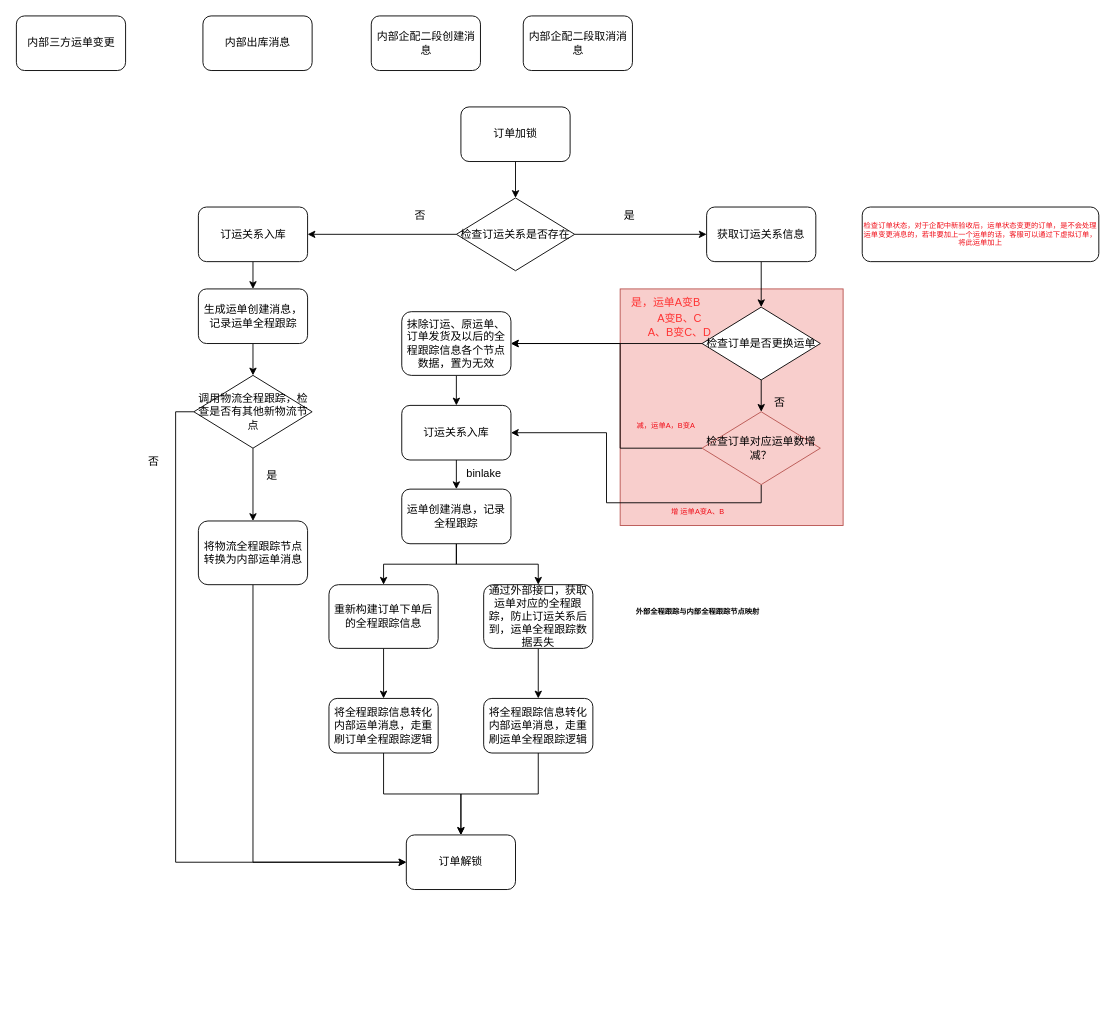
lixintao03/lixintao.github.io keeps this draw.io diagram as page "订运关系落库" (34 of 36) of Untitled Diagram.drawio. Above is the earlier version. Source tidied: cells renumbered, new cells numbered last; positions are measured from the earlier drawing's top-left corner, leaving out a move shared by most shapes. Both pictures are drawn from the tidied source at 91%, with x=0, y=0 at pixel (15, 15).
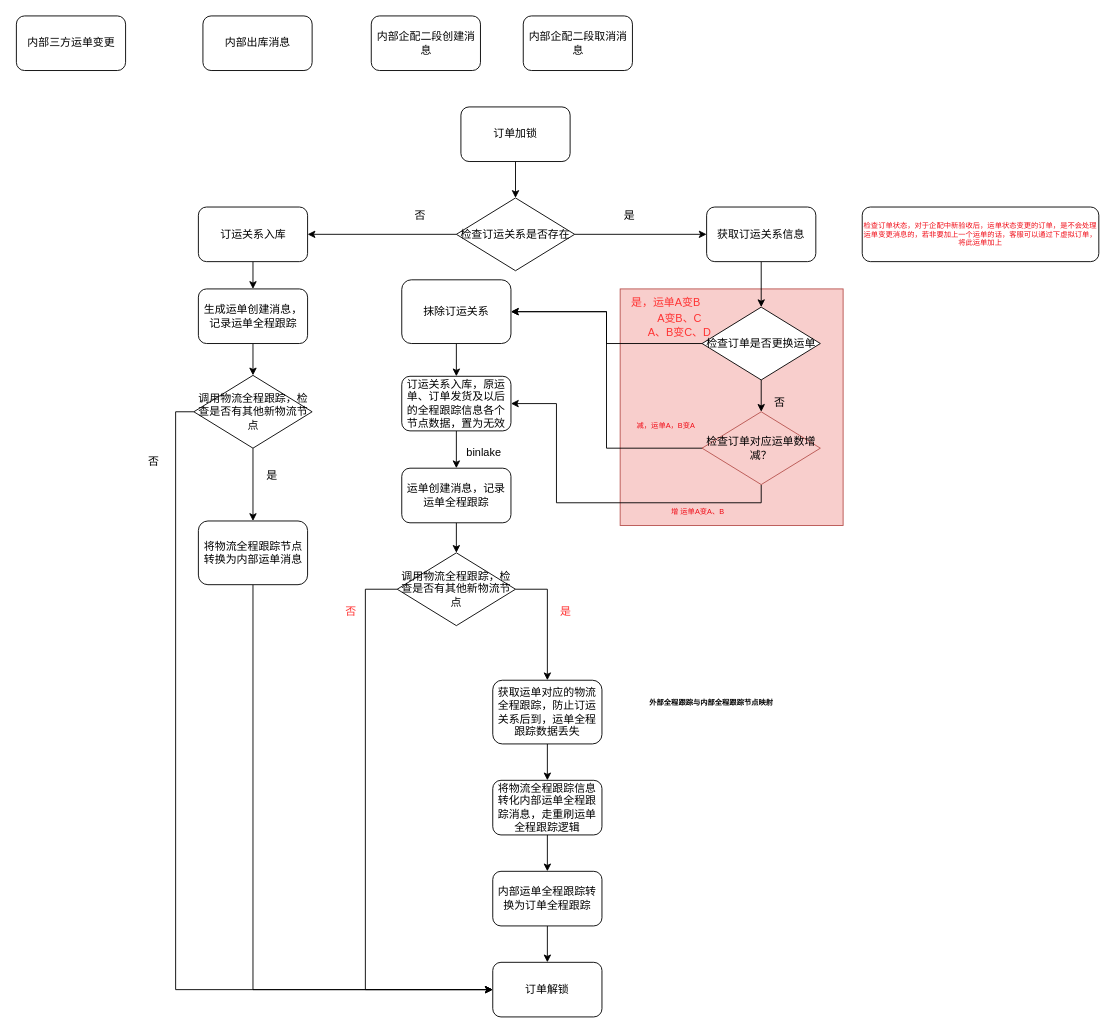
After the change.

Unchanged cells that the change refers to:
```xml
<mxCell id="28" value="检查订单对应运单数增减？" style="rhombus;whiteSpace=wrap;html=1;fillColor=#f8cecc;strokeColor=#b85450;" parent="1" vertex="1">
  <mxGeometry x="754" y="435" width="130" height="80" as="geometry" />
</mxCell>
```

Change to the diagram source:
```diff
@@
-    <mxCell id="13" value="通过外部接口，获取运单对应的全程跟踪，防止订运关系后到，运单全程跟踪数据丢失" style="rounded=1;whiteSpace=wrap;html=1;" parent="1" vertex="1">
-      <mxGeometry x="514" y="625" width="120" height="70" as="geometry" />
+    <mxCell id="13" value="获取运单对应的物流全程跟踪，防止订运关系后到，运单全程跟踪数据丢失" style="rounded=1;whiteSpace=wrap;html=1;" parent="1" vertex="1">
+      <mxGeometry x="524" y="730" width="120" height="70" as="geometry" />
     </mxCell>
-    <mxCell id="14" style="edgeStyle=orthogonalEdgeStyle;rounded=0;jettySize=auto;html=1;exitX=0.5;exitY=1;exitDx=0;exitDy=0;entryX=0.5;entryY=0;entryDx=0;entryDy=0;" parent="1" edge="1" source="15" target="42">
-      <mxGeometry relative="1" as="geometry" />
-    </mxCell>
+    <mxCell id="57" style="edgeStyle=orthogonalEdgeStyle;rounded=0;jettySize=auto;html=1;exitX=0.5;exitY=1;exitDx=0;exitDy=0;fontColor=#FF3333;" parent="1" edge="1" source="15" target="64">
+      <mxGeometry relative="1" as="geometry" />
+    </mxCell>
-    <mxCell id="15" value="将全程跟踪信息转化内部运单消息，走重刷运单全程跟踪逻辑" style="rounded=1;whiteSpace=wrap;html=1;" parent="1" vertex="1">
-      <mxGeometry x="514" y="750" width="120" height="60" as="geometry" />
+    <mxCell id="15" value="将物流全程跟踪信息转化内部运单全程跟踪消息，走重刷运单全程跟踪逻辑" style="rounded=1;whiteSpace=wrap;html=1;" parent="1" vertex="1">
+      <mxGeometry x="524" y="840" width="120" height="60" as="geometry" />
     </mxCell>
@@
-    <mxCell id="22" value="抹除订运、原运单、订单发货及以后的全程跟踪信息各个节点数据，置为无效" style="rounded=1;whiteSpace=wrap;html=1;" parent="1" vertex="1">
-      <mxGeometry x="424" y="325" width="120" height="70" as="geometry" />
+    <mxCell id="22" value="抹除订运关系" style="rounded=1;whiteSpace=wrap;html=1;" parent="1" vertex="1">
+      <mxGeometry x="424" y="290" width="120" height="70" as="geometry" />
     </mxCell>
@@
+    <mxCell id="27" style="edgeStyle=orthogonalEdgeStyle;rounded=0;jettySize=auto;html=1;exitX=0;exitY=0.5;exitDx=0;exitDy=0;entryX=1;entryY=0.5;entryDx=0;entryDy=0;fontSize=8;fontColor=#f00a15;" parent="1" edge="1" target="22">
+      <mxGeometry relative="1" as="geometry">
+        <mxPoint x="759" y="475" as="sourcePoint" />
+        <Array as="points">
+          <mxPoint x="649" y="475" />
+          <mxPoint x="649" y="325" />
+        </Array>
+      </mxGeometry>
+    </mxCell>
-    <mxCell id="26" style="edgeStyle=orthogonalEdgeStyle;rounded=0;jettySize=auto;html=1;exitX=0.5;exitY=1;exitDx=0;exitDy=0;entryX=1;entryY=0.5;entryDx=0;entryDy=0;fontSize=8;fontColor=#f00a15;" parent="1" edge="1" source="28" target="54">
-      <mxGeometry relative="1" as="geometry" />
+    <mxCell id="26" style="edgeStyle=orthogonalEdgeStyle;rounded=0;jettySize=auto;html=1;exitX=0.5;exitY=1;exitDx=0;exitDy=0;entryX=1;entryY=0.5;entryDx=0;entryDy=0;fontColor=#FF3333;" parent="1" edge="1" source="28" target="54">
+      <mxGeometry relative="1" as="geometry">
+        <Array as="points">
+          <mxPoint x="819" y="535" />
+          <mxPoint x="594" y="535" />
+          <mxPoint x="594" y="426" />
+        </Array>
+      </mxGeometry>
     </mxCell>
-    <mxCell id="27" style="edgeStyle=orthogonalEdgeStyle;rounded=0;jettySize=auto;html=1;exitX=0;exitY=0.5;exitDx=0;exitDy=0;entryX=1;entryY=0.5;entryDx=0;entryDy=0;fontSize=8;fontColor=#f00a15;" parent="1" edge="1" source="28" target="22">
-      <mxGeometry relative="1" as="geometry">
-        <Array as="points">
-          <mxPoint x="664" y="475" />
-          <mxPoint x="664" y="360" />
-        </Array>
-      </mxGeometry>
-    </mxCell>
@@
-    <mxCell id="29" style="edgeStyle=orthogonalEdgeStyle;rounded=0;jettySize=auto;html=1;exitX=0.5;exitY=1;exitDx=0;exitDy=0;entryX=0.5;entryY=0;entryDx=0;entryDy=0;" parent="1" edge="1" source="30" target="32">
-      <mxGeometry relative="1" as="geometry" />
+    <mxCell id="29" style="edgeStyle=orthogonalEdgeStyle;rounded=0;jettySize=auto;html=1;exitX=0;exitY=0.5;exitDx=0;exitDy=0;entryX=0;entryY=0.5;entryDx=0;entryDy=0;" parent="1" edge="1" source="60" target="42">
+      <mxGeometry relative="1" as="geometry">
+        <Array as="points">
+          <mxPoint x="384" y="630" />
+          <mxPoint x="384" y="1070" />
+        </Array>
+      </mxGeometry>
     </mxCell>
-    <mxCell id="30" value="重新构建订单下单后的全程跟踪信息" style="rounded=1;whiteSpace=wrap;html=1;" parent="1" vertex="1">
-      <mxGeometry x="344" y="625" width="120" height="70" as="geometry" />
-    </mxCell>
-    <mxCell id="31" style="edgeStyle=orthogonalEdgeStyle;rounded=0;jettySize=auto;html=1;exitX=0.5;exitY=1;exitDx=0;exitDy=0;entryX=0.5;entryY=0;entryDx=0;entryDy=0;" parent="1" edge="1" source="32" target="42">
-      <mxGeometry relative="1" as="geometry" />
-    </mxCell>
-    <mxCell id="32" value="将全程跟踪信息转化内部运单消息，走重刷订单全程跟踪逻辑" style="rounded=1;whiteSpace=wrap;html=1;" parent="1" vertex="1">
-      <mxGeometry x="344" y="750" width="120" height="60" as="geometry" />
-    </mxCell>
@@
-    <mxCell id="35" style="edgeStyle=orthogonalEdgeStyle;rounded=0;jettySize=auto;html=1;exitX=0.5;exitY=1;exitDx=0;exitDy=0;entryX=0.5;entryY=0;entryDx=0;entryDy=0;" parent="1" edge="1" source="37" target="30">
-      <mxGeometry relative="1" as="geometry" />
-    </mxCell>
-    <mxCell id="36" style="edgeStyle=orthogonalEdgeStyle;rounded=0;jettySize=auto;html=1;exitX=0.5;exitY=1;exitDx=0;exitDy=0;entryX=0.5;entryY=0;entryDx=0;entryDy=0;" parent="1" edge="1" source="37" target="13">
-      <mxGeometry relative="1" as="geometry" />
-    </mxCell>
+    <mxCell id="58" style="edgeStyle=orthogonalEdgeStyle;rounded=0;jettySize=auto;html=1;exitX=0.5;exitY=1;exitDx=0;exitDy=0;entryX=0.5;entryY=0;entryDx=0;entryDy=0;fontColor=#FF3333;" parent="1" edge="1" source="37" target="60">
+      <mxGeometry relative="1" as="geometry" />
+    </mxCell>
-    <mxCell id="37" value="运单创建消息，记录全程跟踪" style="rounded=1;whiteSpace=wrap;html=1;" parent="1" vertex="1">
-      <mxGeometry x="424" y="520" width="120" height="60" as="geometry" />
+    <mxCell id="37" value="运单创建消息，记录运单全程跟踪" style="rounded=1;whiteSpace=wrap;html=1;" parent="1" vertex="1">
+      <mxGeometry x="424" y="497" width="120" height="60" as="geometry" />
     </mxCell>
@@
     <mxCell id="42" value="订单解锁" style="rounded=1;whiteSpace=wrap;html=1;" parent="1" vertex="1">
-      <mxGeometry x="429" y="900" width="120" height="60" as="geometry" />
+      <mxGeometry x="524" y="1040" width="120" height="60" as="geometry" />
     </mxCell>
     <mxCell id="43" value="&lt;h6&gt;&lt;font style=&quot;font-size: 8px;&quot;&gt;外部全程跟踪与内部全程跟踪节点映射&lt;/font&gt;&lt;/h6&gt;" style="text;html=1;align=center;verticalAlign=middle;" parent="1" vertex="1">
-      <mxGeometry x="634" y="620" width="230" height="70" as="geometry" />
+      <mxGeometry x="649" y="720" width="230" height="70" as="geometry" />
     </mxCell>
@@
-    <mxCell id="54" value="订运关系入库" style="rounded=1;whiteSpace=wrap;html=1;" parent="1" vertex="1">
-      <mxGeometry x="424" y="428" width="120" height="60" as="geometry" />
+    <mxCell id="54" value="订运关系入库，原运单、订单发货及以后的全程跟踪信息各个节点数据，置为无效" style="rounded=1;whiteSpace=wrap;html=1;" parent="1" vertex="1">
+      <mxGeometry x="424" y="396" width="120" height="60" as="geometry" />
     </mxCell>
     <mxCell id="55" value="binlake" style="text;html=1;align=center;verticalAlign=middle;strokeColor=none;fillColor=none;" parent="1" vertex="1">
-      <mxGeometry x="484" y="488" width="60" height="30" as="geometry" />
+      <mxGeometry x="484" y="465" width="60" height="30" as="geometry" />
     </mxCell>
@@
+    <mxCell id="59" style="edgeStyle=orthogonalEdgeStyle;rounded=0;jettySize=auto;html=1;exitX=1;exitY=0.5;exitDx=0;exitDy=0;entryX=0.5;entryY=0;entryDx=0;entryDy=0;fontColor=#FF3333;" parent="1" edge="1" source="60" target="13">
+      <mxGeometry relative="1" as="geometry" />
+    </mxCell>
+    <mxCell id="60" value="调用物流全程跟踪，检查是否有其他新物流节点" style="rhombus;whiteSpace=wrap;html=1;" parent="1" vertex="1">
+      <mxGeometry x="419" y="590" width="130" height="80" as="geometry" />
+    </mxCell>
+    <mxCell id="61" value="否" style="text;html=1;align=center;verticalAlign=middle;strokeColor=none;fillColor=none;fontColor=#FF3333;" parent="1" vertex="1">
+      <mxGeometry x="348" y="640" width="40" height="30" as="geometry" />
+    </mxCell>
+    <mxCell id="62" value="是" style="text;html=1;align=center;verticalAlign=middle;strokeColor=none;fillColor=none;fontColor=#FF3333;" parent="1" vertex="1">
+      <mxGeometry x="584" y="640" width="40" height="30" as="geometry" />
+    </mxCell>
+    <mxCell id="63" style="edgeStyle=orthogonalEdgeStyle;rounded=0;jettySize=auto;html=1;exitX=0.5;exitY=1;exitDx=0;exitDy=0;entryX=0.5;entryY=0;entryDx=0;entryDy=0;fontColor=#FF3333;" parent="1" edge="1" source="64" target="42">
+      <mxGeometry relative="1" as="geometry" />
+    </mxCell>
+    <mxCell id="64" value="内部运单全程跟踪转换为订单全程跟踪" style="rounded=1;whiteSpace=wrap;html=1;" parent="1" vertex="1">
+      <mxGeometry x="524" y="940" width="120" height="60" as="geometry" />
+    </mxCell>
```
